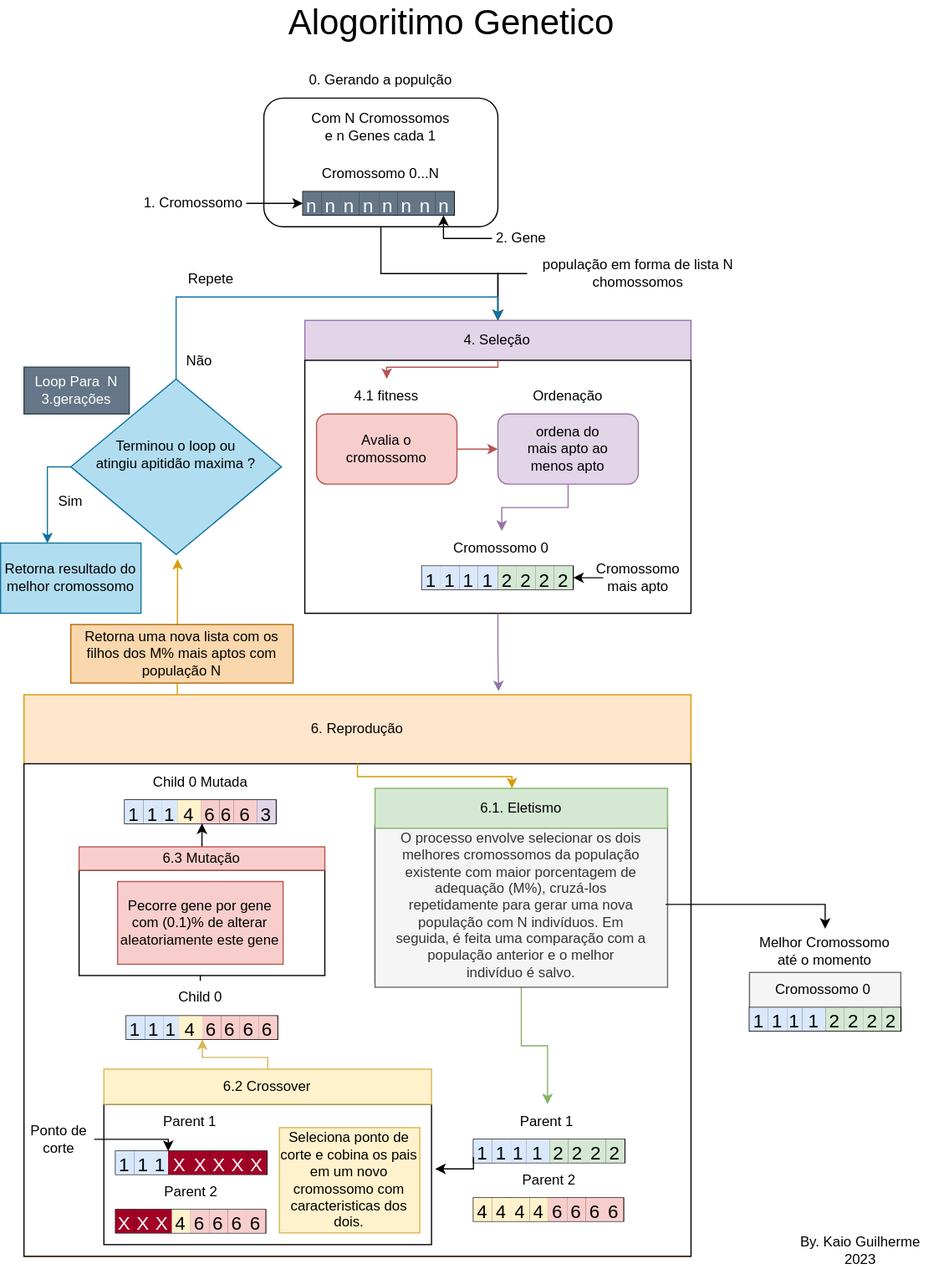
This is O_problema_das_N-rainhas/Genetic_Diagram.svg from Kaioguilherme1/Artificial_Intelligence_Projects, a draw.io export, as it was before one commit. Source tidied: cells renumbered, new cells last; positions are measured from the earlier drawing's top-left corner, leaving out a move shared by most shapes.
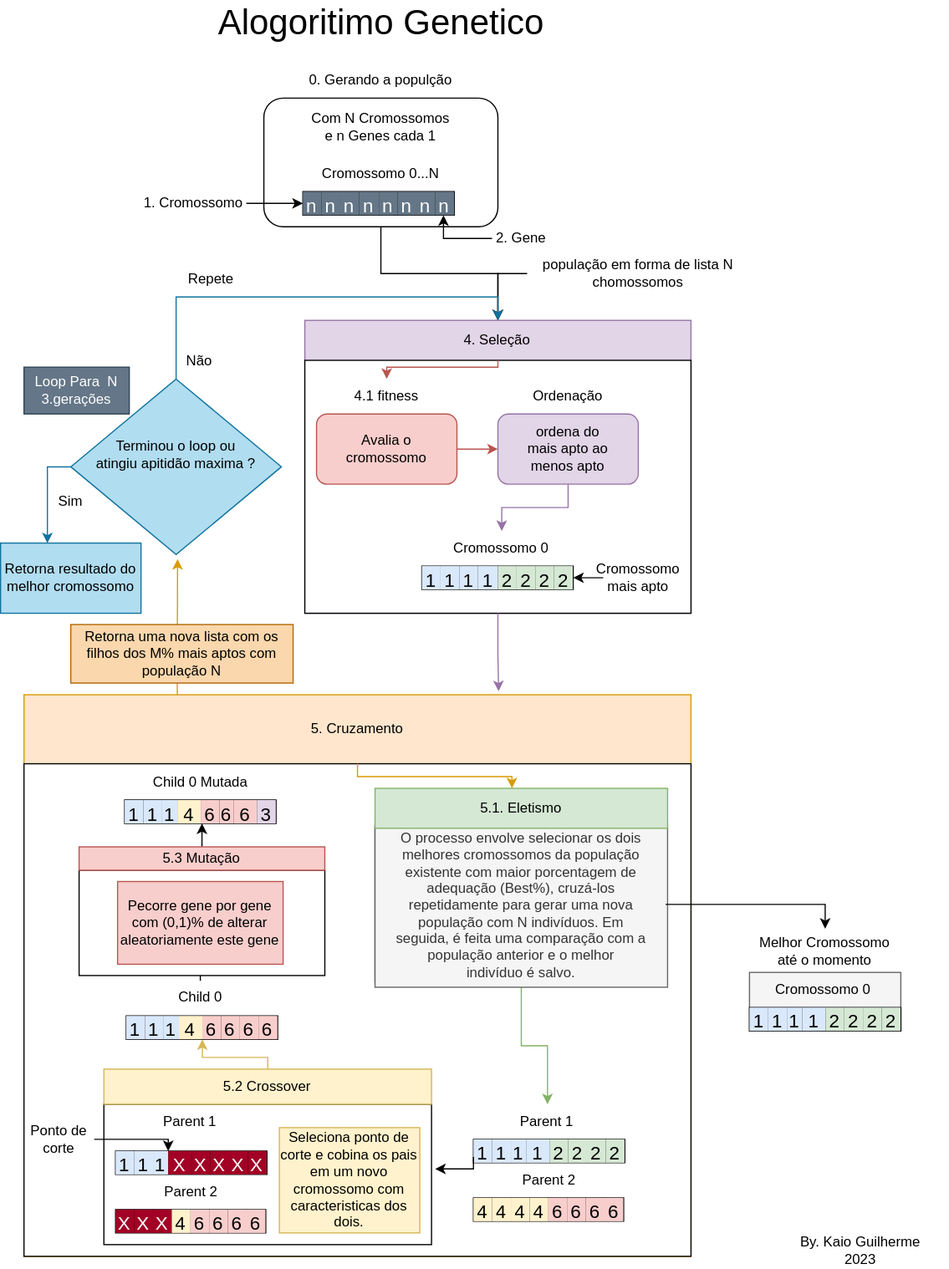
Later version of the same file.

Change to the diagram source:
```diff
@@ -171,7 +171,7 @@
         </Array>
       </mxGeometry>
     </mxCell>
-    <mxCell id="55" value="6. Reprodução" style="text;html=1;strokeColor=none;fillColor=none;align=center;verticalAlign=middle;whiteSpace=wrap;rounded=0;" parent="52" vertex="1">
+    <mxCell id="55" value="5. Cruzamento" style="text;html=1;strokeColor=none;fillColor=none;align=center;verticalAlign=middle;whiteSpace=wrap;rounded=0;" parent="52" vertex="1">
       <mxGeometry x="117.9" width="334.1" height="59" as="geometry" />
     </mxCell>
     <mxCell id="56" style="rounded=0;whiteSpace=wrap;html=1;" parent="52" vertex="1">
@@ -180,10 +180,10 @@
     <mxCell id="57" style="edgeStyle=orthogonalEdgeStyle;rounded=0;jettySize=auto;html=1;fillColor=#d5e8d4;strokeColor=#82b366;" parent="52" edge="1" source="58" target="123">
       <mxGeometry relative="1" as="geometry" />
     </mxCell>
-    <mxCell id="58" value="O processo envolve selecionar os dois melhores cromossomos da população &lt;br/&gt;existente com maior porcentagem de adequação (M%), cruzá-los &lt;br/&gt;repetidamente para gerar uma nova população com N indivíduos. Em &lt;br/&gt;seguida, é feita uma comparação com a população anterior e o melhor &lt;br/&gt;indivíduo é salvo." style="text;html=1;strokeColor=#666666;fillColor=#f5f5f5;align=center;verticalAlign=middle;whiteSpace=wrap;rounded=0;fontColor=#333333;" parent="52" vertex="1">
+    <mxCell id="58" value="O processo envolve selecionar os dois melhores cromossomos da população &lt;br&gt;existente com maior porcentagem de adequação (Best%), cruzá-los &lt;br&gt;repetidamente para gerar uma nova população com N indivíduos. Em &lt;br&gt;seguida, é feita uma comparação com a população anterior e o melhor &lt;br&gt;indivíduo é salvo." style="text;html=1;strokeColor=#666666;fillColor=#f5f5f5;align=center;verticalAlign=middle;whiteSpace=wrap;rounded=0;fontColor=#333333;" parent="52" vertex="1">
       <mxGeometry x="300" y="110" width="250" height="140" as="geometry" />
     </mxCell>
-    <mxCell id="59" value="6.1. Eletismo" style="text;html=1;strokeColor=#82b366;fillColor=#d5e8d4;align=center;verticalAlign=middle;whiteSpace=wrap;rounded=0;" parent="52" vertex="1">
+    <mxCell id="59" value="5.1. Eletismo" style="text;html=1;strokeColor=#82b366;fillColor=#d5e8d4;align=center;verticalAlign=middle;whiteSpace=wrap;rounded=0;" parent="52" vertex="1">
       <mxGeometry x="300" y="80" width="250" height="34.1" as="geometry" />
     </mxCell>
     <mxCell id="60" style="rounded=0;whiteSpace=wrap;html=1;" parent="52" vertex="1">
@@ -263,7 +263,7 @@
         </Array>
       </mxGeometry>
     </mxCell>
-    <mxCell id="84" value="6.2 Crossover" style="text;html=1;strokeColor=#d6b656;fillColor=#fff2cc;align=center;verticalAlign=middle;whiteSpace=wrap;rounded=0;" parent="52" vertex="1">
+    <mxCell id="84" value="5.2 Crossover" style="text;html=1;strokeColor=#d6b656;fillColor=#fff2cc;align=center;verticalAlign=middle;whiteSpace=wrap;rounded=0;" parent="52" vertex="1">
       <mxGeometry x="68.3" y="320" width="280" height="30" as="geometry" />
     </mxCell>
     <mxCell id="85" value="Seleciona ponto de corte e cobina os pais em um novo cromossomo com caracteristicas dos dois." style="text;html=1;strokeColor=#d6b656;fillColor=#fff2cc;align=center;verticalAlign=middle;whiteSpace=wrap;rounded=0;" parent="52" vertex="1">
@@ -430,7 +430,7 @@
     <mxCell id="136" value="3" style="shape=partialRectangle;html=1;whiteSpace=wrap;strokeColor=#9673a6;overflow=hidden;fillColor=#e1d5e7;top=0;left=0;bottom=0;right=0;fontSize=16;" parent="128" vertex="1">
       <mxGeometry x="113" width="16" height="20" as="geometry" />
     </mxCell>
-    <mxCell id="137" value="Pecorre gene por gene com (0.1)% de alterar aleatoriamente este gene" style="text;html=1;strokeColor=#b85450;fillColor=#f8cecc;align=center;verticalAlign=middle;whiteSpace=wrap;rounded=0;" parent="52" vertex="1">
+    <mxCell id="137" value="Pecorre gene por gene com (0,1)% de alterar aleatoriamente este gene" style="text;html=1;strokeColor=#b85450;fillColor=#f8cecc;align=center;verticalAlign=middle;whiteSpace=wrap;rounded=0;" parent="52" vertex="1">
       <mxGeometry x="80" y="159.6" width="141.4" height="70.7" as="geometry" />
     </mxCell>
     <mxCell id="138" style="edgeStyle=orthogonalEdgeStyle;rounded=0;jettySize=auto;html=1;" parent="52" edge="1" source="139">
@@ -438,7 +438,7 @@
         <mxPoint x="152" y="110" as="targetPoint" />
       </mxGeometry>
     </mxCell>
-    <mxCell id="139" value="6.3 Mutação" style="text;html=1;strokeColor=#b85450;fillColor=#f8cecc;align=center;verticalAlign=middle;whiteSpace=wrap;rounded=0;" parent="52" vertex="1">
+    <mxCell id="139" value="5.3 Mutação" style="text;html=1;strokeColor=#b85450;fillColor=#f8cecc;align=center;verticalAlign=middle;whiteSpace=wrap;rounded=0;" parent="52" vertex="1">
       <mxGeometry x="47.1" y="130" width="210" height="20" as="geometry" />
     </mxCell>
     <mxCell id="140" style="edgeStyle=orthogonalEdgeStyle;rounded=0;jettySize=auto;html=1;entryX=0.861;entryY=-0.051;entryDx=0;entryDy=0;entryPerimeter=0;fillColor=#e1d5e7;strokeColor=#9673a6;" parent="1" edge="1" source="23" target="55">
@@ -524,7 +524,7 @@
       </mxGeometry>
     </mxCell>
     <mxCell id="165" value="Alogoritimo Genetico" style="text;html=1;align=center;verticalAlign=middle;whiteSpace=wrap;rounded=0;fontSize=30;" parent="1" vertex="1">
-      <mxGeometry x="183" width="405" height="30" as="geometry" />
+      <mxGeometry x="122.5" width="405" height="30" as="geometry" />
     </mxCell>
     <mxCell id="166" value="Retorna uma nova lista com os filhos dos M% mais aptos com população N" style="text;html=1;strokeColor=#b46504;fillColor=#fad7ac;align=center;verticalAlign=middle;whiteSpace=wrap;rounded=0;" parent="1" vertex="1">
       <mxGeometry x="60" y="530" width="190" height="50" as="geometry" />
```
